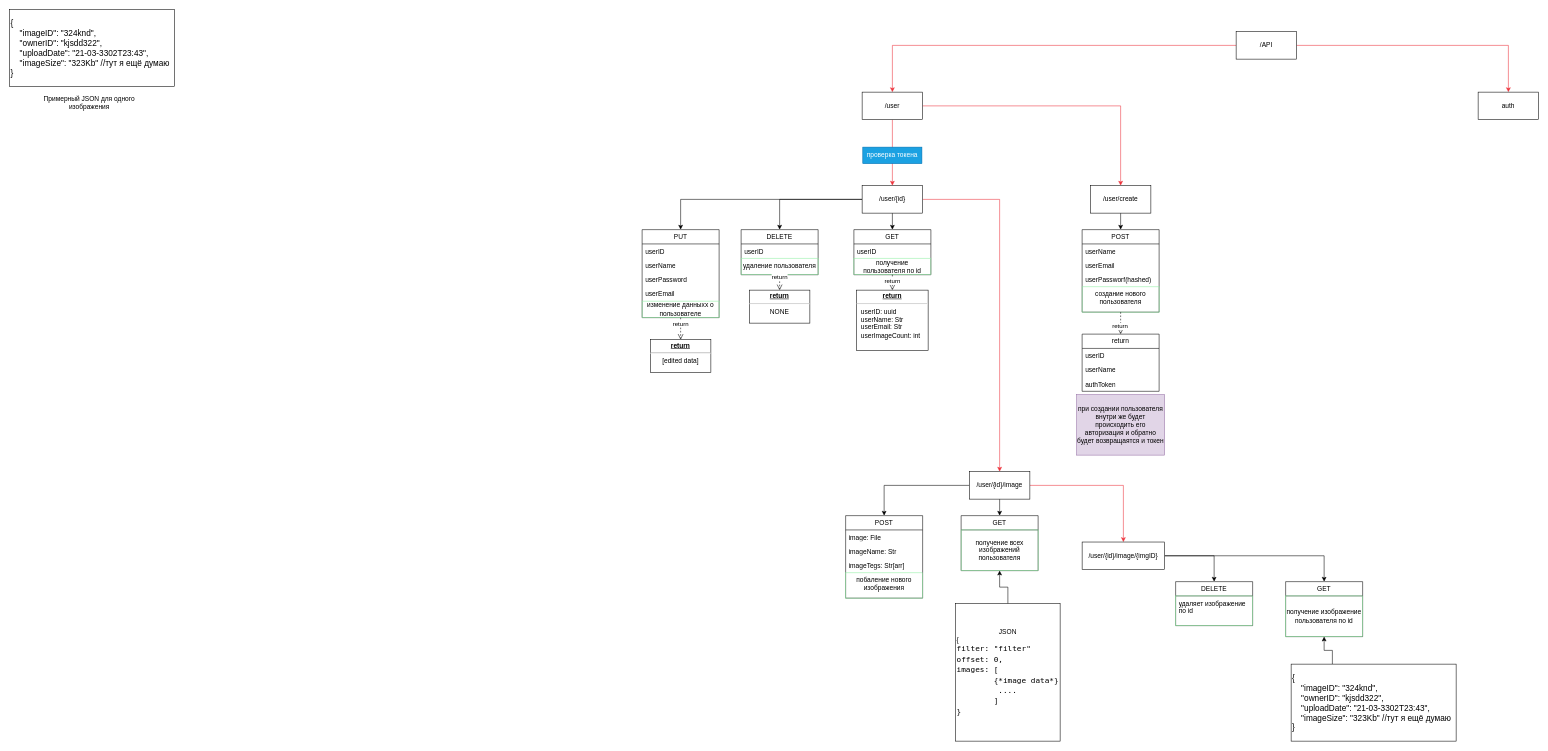
sonia13marker/picture_founder keeps this draw.io diagram as doc/pic_scheme.drawio. Above is the earlier version. Source tidied: cells renumbered, new cells numbered last; positions are measured from the earlier drawing's top-left corner, leaving out a move shared by most shapes. Both pictures are drawn from the tidied source at 55%, with x=0, y=0 at pixel (9, 9).
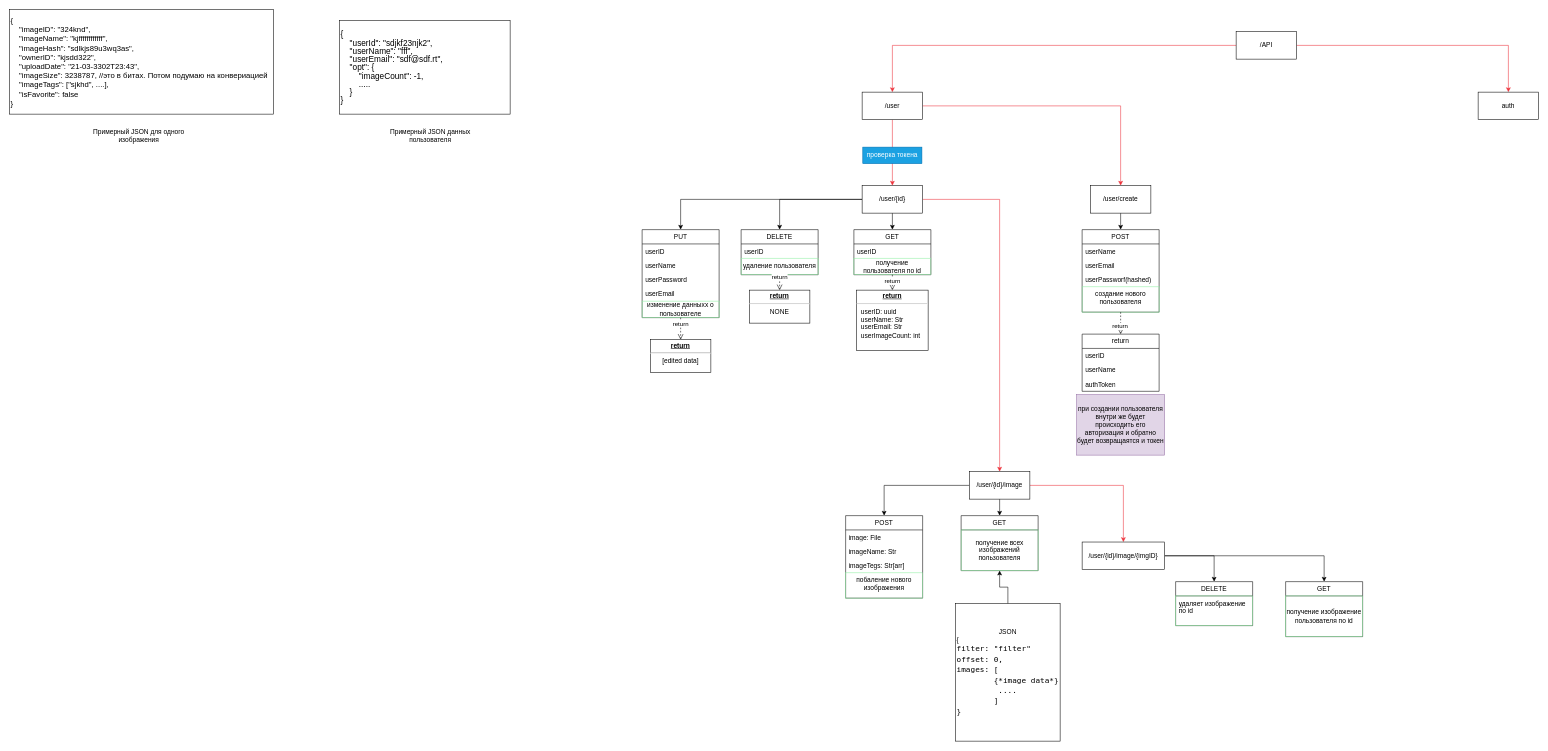
After the change.

Commit message (it also covers changes not shown here):
сделал добавление изображение и создание пользователя. чст

Unchanged cells that the change refers to:
```xml
<mxCell id="63" value="получение изображение пользователя по id" style="text;html=1;strokeColor=#8ff0a4;fillColor=none;align=center;verticalAlign=middle;whiteSpace=wrap;rounded=0;" parent="62" vertex="1">
  <mxGeometry y="26" width="140" height="74" as="geometry" />
</mxCell>
```

Diff of the diagram source:
```diff
@@
-    <mxCell id="66" style="edgeStyle=orthogonalEdgeStyle;rounded=0;jettySize=auto;html=1;exitX=0.25;exitY=0;exitDx=0;exitDy=0;" parent="1" edge="1" source="67" target="63">
-      <mxGeometry relative="1" as="geometry" />
-    </mxCell>
-    <mxCell id="67" value="&lt;font style=&quot;font-size: 15px;&quot;&gt;{&lt;br&gt;&amp;nbsp;&amp;nbsp;&amp;nbsp; &quot;imageID&quot;: &quot;324knd&quot;,&lt;br&gt;&amp;nbsp;&amp;nbsp;&amp;nbsp; &quot;ownerID&quot;: &quot;kjsdd322&quot;,&lt;br&gt;&amp;nbsp;&amp;nbsp;&amp;nbsp; &quot;uploadDate&quot;: &quot;21-03-3302T23:43&quot;,&lt;br&gt;&amp;nbsp;&amp;nbsp;&amp;nbsp; &quot;imageSize&quot;: &quot;323Kb&quot; //тут я ещё думаю&lt;br&gt;}&lt;/font&gt;" style="rounded=0;whiteSpace=wrap;html=1;align=left;" parent="1" vertex="1">
-      <mxGeometry x="2330" y="1190" width="300" height="140" as="geometry" />
-    </mxCell>
-    <mxCell id="68" value="&lt;font style=&quot;font-size: 15px;&quot;&gt;{&lt;br&gt;&amp;nbsp;&amp;nbsp;&amp;nbsp; &quot;imageID&quot;: &quot;324knd&quot;,&lt;br&gt;&amp;nbsp;&amp;nbsp;&amp;nbsp; &quot;ownerID&quot;: &quot;kjsdd322&quot;,&lt;br&gt;&amp;nbsp;&amp;nbsp;&amp;nbsp; &quot;uploadDate&quot;: &quot;21-03-3302T23:43&quot;,&lt;br&gt;&amp;nbsp;&amp;nbsp;&amp;nbsp; &quot;imageSize&quot;: &quot;323Kb&quot; //тут я ещё думаю&lt;br&gt;}&lt;/font&gt;" style="rounded=0;whiteSpace=wrap;html=1;align=left;" parent="1" vertex="1">
-      <mxGeometry width="300" height="140" as="geometry" />
+    <mxCell id="68" value="&lt;font style=&quot;font-size: 14px;&quot;&gt;{&lt;br&gt;&amp;nbsp;&amp;nbsp;&amp;nbsp; &quot;imageID&quot;: &quot;324knd&quot;,&lt;br&gt;&amp;nbsp;&amp;nbsp;&amp;nbsp; &quot;imageName&quot;: &quot;kjffffffffffff&quot;,&lt;br&gt;&amp;nbsp;&amp;nbsp;&amp;nbsp; &quot;imageHash&quot;: &quot;sdlkjs89u3wq3as&quot;,&lt;br&gt;&amp;nbsp;&amp;nbsp;&amp;nbsp; &quot;ownerID&quot;: &quot;kjsdd322&quot;,&lt;br&gt;&amp;nbsp;&amp;nbsp;&amp;nbsp; &quot;uploadDate&quot;: &quot;21-03-3302T23:43&quot;,&lt;br&gt;&amp;nbsp;&amp;nbsp;&amp;nbsp; &quot;imageSize&quot;: 3238787, //это в битах. Потом подумаю на конвериацией&lt;br&gt;&amp;nbsp;&amp;nbsp;&amp;nbsp; &quot;imageTags&quot;: [&quot;sjkhd&quot;, ....],&lt;br&gt;&amp;nbsp;&amp;nbsp;&amp;nbsp; &quot;isFavorite&quot;: false&lt;br&gt;}&lt;/font&gt;" style="rounded=0;whiteSpace=wrap;html=1;align=left;" parent="1" vertex="1">
+      <mxGeometry width="480" height="190" as="geometry" />
     </mxCell>
     <mxCell id="69" value="Примерный JSON для одного изображения" style="text;html=1;strokeColor=none;fillColor=none;align=center;verticalAlign=middle;whiteSpace=wrap;rounded=0;" parent="1" vertex="1">
-      <mxGeometry x="40" y="150" width="210" height="40" as="geometry" />
+      <mxGeometry x="130" y="210" width="210" height="40" as="geometry" />
     </mxCell>
+    <mxCell id="70" value="&lt;p style=&quot;line-height: 100%; font-size: 15px;&quot;&gt;&lt;font style=&quot;font-size: 15px;&quot;&gt;{&lt;br&gt;&amp;nbsp;&amp;nbsp;&amp;nbsp; &quot;userId&quot;: &quot;sdjkf23njk2&quot;,&lt;br&gt;&amp;nbsp;&amp;nbsp;&amp;nbsp; &quot;userName&quot;: &quot;fff&quot;,&lt;br&gt;&amp;nbsp;&amp;nbsp;&amp;nbsp; &quot;userEmail&quot;: &quot;sdf@sdf.rt&quot;,&lt;br&gt;&amp;nbsp;&amp;nbsp;&amp;nbsp; &quot;opt&quot;: {&lt;br&gt;&amp;nbsp;&amp;nbsp;&amp;nbsp;&amp;nbsp;&amp;nbsp;&amp;nbsp;&amp;nbsp; &quot;imageCount&quot;: -1,&lt;br&gt;&amp;nbsp;&amp;nbsp;&amp;nbsp;&amp;nbsp;&amp;nbsp;&amp;nbsp;&amp;nbsp; .....&lt;br&gt;&amp;nbsp;&amp;nbsp;&amp;nbsp; }&lt;br&gt;}&lt;br&gt;&lt;/font&gt;&lt;/p&gt;" style="rounded=0;whiteSpace=wrap;html=1;align=left;" parent="1" vertex="1">
+      <mxGeometry x="600" y="20" width="310" height="170" as="geometry" />
+    </mxCell>
+    <mxCell id="71" value="Примерный JSON данных пользователя" style="text;html=1;strokeColor=none;fillColor=none;align=center;verticalAlign=middle;whiteSpace=wrap;rounded=0;" parent="1" vertex="1">
+      <mxGeometry x="690" y="210" width="150" height="40" as="geometry" />
+    </mxCell>
```
